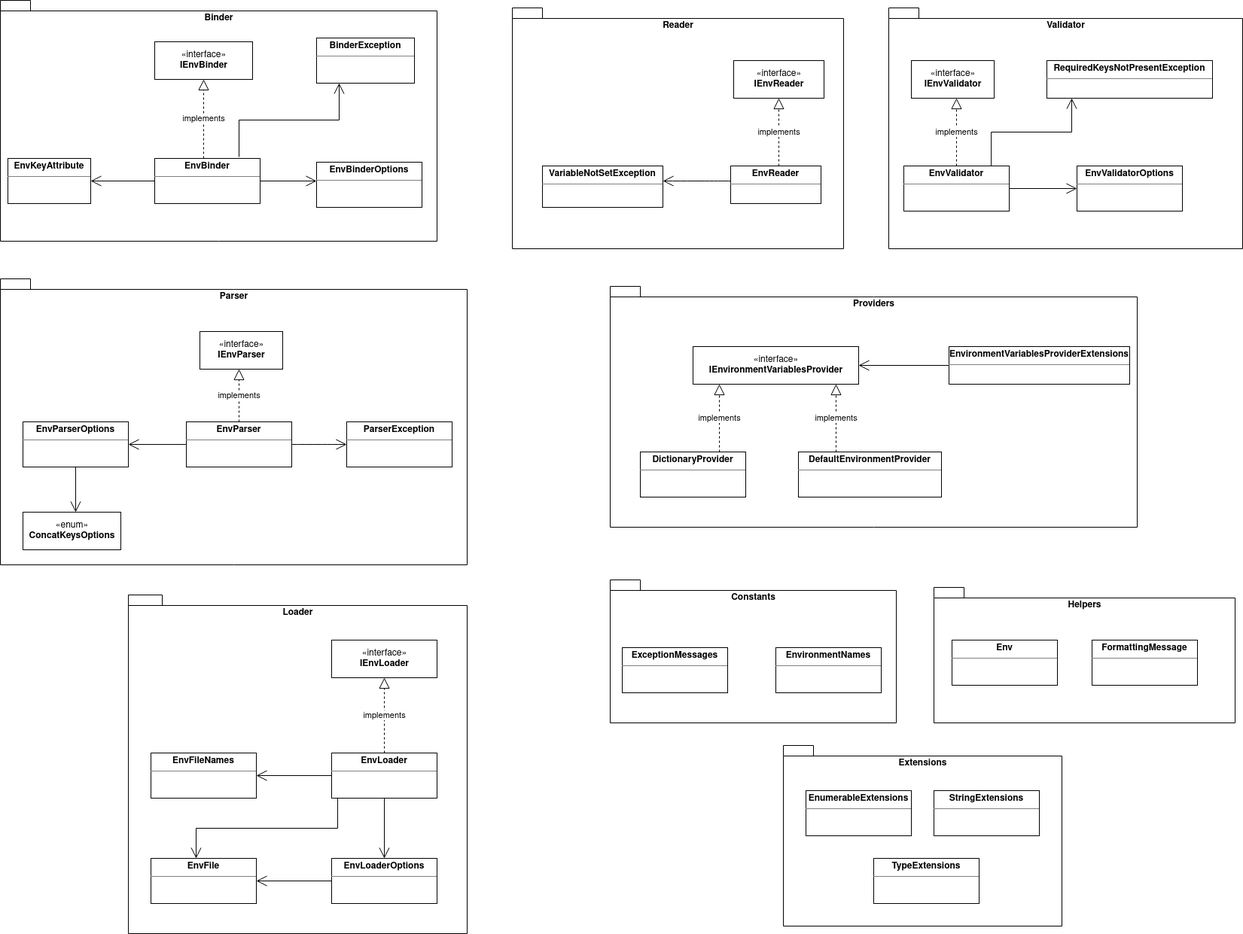
Earlier version of the draw.io export images/package-diagram-library.png (MrDave1999/dotenv.core). Source tidied: cells renumbered, new cells last; positions are measured from the earlier drawing's top-left corner, leaving out a move shared by most shapes.
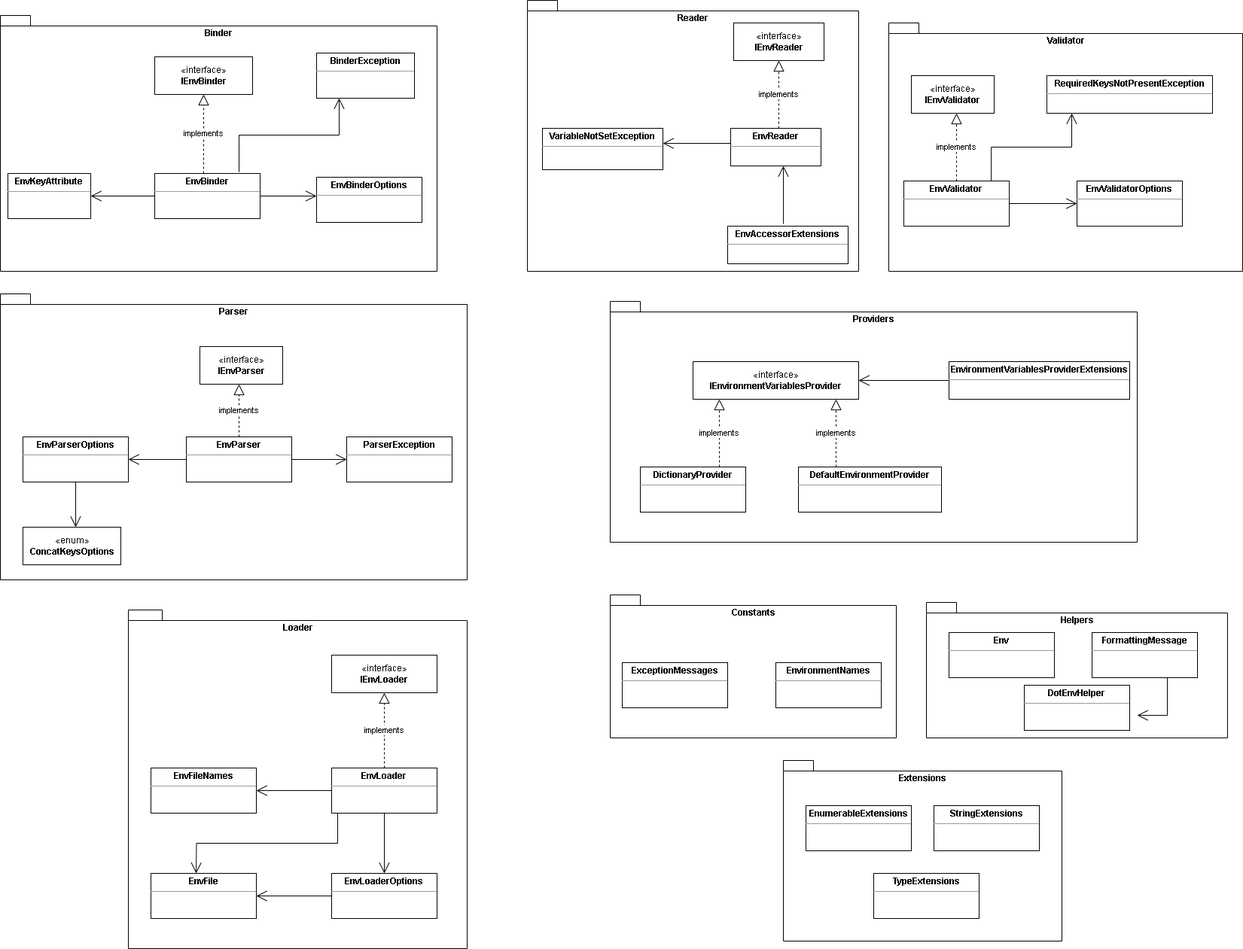
Later version of the same file.

What changed in the source:
```diff
@@ -3,10 +3,10 @@
     <mxCell id="0" />
     <mxCell id="1" parent="0" />
     <mxCell id="2" value="Reader" style="shape=folder;fontStyle=1;spacingTop=10;tabWidth=40;tabHeight=14;tabPosition=left;html=1;verticalAlign=top;align=center;" parent="1" vertex="1">
-      <mxGeometry x="680" y="10" width="440" height="320" as="geometry" />
+      <mxGeometry x="700" y="-20" width="440" height="360" as="geometry" />
     </mxCell>
     <mxCell id="3" value="Validator" style="shape=folder;fontStyle=1;spacingTop=10;tabWidth=40;tabHeight=14;tabPosition=left;html=1;verticalAlign=top;" parent="1" vertex="1">
-      <mxGeometry x="1180" y="10" width="470" height="320" as="geometry" />
+      <mxGeometry x="1180" y="10" width="470" height="330" as="geometry" />
     </mxCell>
     <mxCell id="4" value="Loader" style="shape=folder;fontStyle=1;spacingTop=10;tabWidth=40;tabHeight=14;tabPosition=left;html=1;verticalAlign=top;" parent="1" vertex="1">
       <mxGeometry x="170" y="790" width="450" height="450" as="geometry" />
@@ -18,14 +18,14 @@
       <mxGeometry x="810" y="380" width="700" height="320" as="geometry" />
     </mxCell>
     <mxCell id="7" value="&lt;p style=&quot;margin: 0px ; margin-top: 4px ; text-align: center&quot;&gt;&lt;b&gt;EnvReader&lt;/b&gt;&lt;/p&gt;&lt;hr size=&quot;1&quot;&gt;&lt;div style=&quot;height: 2px&quot;&gt;&lt;br&gt;&lt;/div&gt;" style="verticalAlign=top;align=left;overflow=fill;fontSize=12;fontFamily=Helvetica;html=1;" parent="1" vertex="1">
-      <mxGeometry x="970" y="220" width="120" height="50" as="geometry" />
+      <mxGeometry x="970" y="150" width="120" height="50" as="geometry" />
     </mxCell>
     <mxCell id="8" value="«interface»&lt;br&gt;&lt;b&gt;IEnvReader&lt;/b&gt;" style="html=1;" parent="1" vertex="1">
-      <mxGeometry x="974" y="80" width="120" height="50" as="geometry" />
+      <mxGeometry x="974" y="10" width="120" height="50" as="geometry" />
     </mxCell>
     <mxCell id="9" value="implements" style="endArrow=block;dashed=1;endFill=0;endSize=12;html=1;rounded=0;" parent="1" edge="1" target="8">
       <mxGeometry relative="1" as="geometry">
-        <mxPoint x="1034" y="220" as="sourcePoint" />
+        <mxPoint x="1034" y="150" as="sourcePoint" />
       </mxGeometry>
     </mxCell>
     <mxCell id="10" value="&lt;p style=&quot;margin: 0px ; margin-top: 4px ; text-align: center&quot;&gt;&lt;b&gt;EnvValidator&lt;/b&gt;&lt;/p&gt;&lt;hr size=&quot;1&quot;&gt;&lt;div style=&quot;height: 2px&quot;&gt;&lt;/div&gt;" style="verticalAlign=top;align=left;overflow=fill;fontSize=12;fontFamily=Helvetica;html=1;" parent="1" vertex="1">
@@ -87,13 +87,13 @@
       <mxGeometry relative="1" as="geometry" />
     </mxCell>
     <mxCell id="27" value="Helpers" style="shape=folder;fontStyle=1;spacingTop=10;tabWidth=40;tabHeight=14;tabPosition=left;html=1;verticalAlign=top;" parent="1" vertex="1">
-      <mxGeometry x="1240" y="780" width="400" height="180" as="geometry" />
+      <mxGeometry x="1230" y="780" width="400" height="180" as="geometry" />
     </mxCell>
     <mxCell id="28" value="&lt;p style=&quot;margin: 0px ; margin-top: 4px ; text-align: center&quot;&gt;&lt;b&gt;Env&lt;/b&gt;&lt;/p&gt;&lt;hr size=&quot;1&quot;&gt;&lt;div style=&quot;height: 2px&quot;&gt;&lt;/div&gt;" style="verticalAlign=top;align=left;overflow=fill;fontSize=12;fontFamily=Helvetica;html=1;" parent="1" vertex="1">
-      <mxGeometry x="1264" y="850" width="140" height="60" as="geometry" />
+      <mxGeometry x="1260" y="820" width="140" height="60" as="geometry" />
     </mxCell>
     <mxCell id="29" value="&lt;p style=&quot;margin: 0px ; margin-top: 4px ; text-align: center&quot;&gt;&lt;b&gt;FormattingMessage&lt;/b&gt;&lt;br&gt;&lt;/p&gt;&lt;hr size=&quot;1&quot;&gt;&lt;div style=&quot;height: 2px&quot;&gt;&lt;/div&gt;" style="verticalAlign=top;align=left;overflow=fill;fontSize=12;fontFamily=Helvetica;html=1;" parent="1" vertex="1">
-      <mxGeometry x="1450" y="850" width="140" height="60" as="geometry" />
+      <mxGeometry x="1450" y="820" width="140" height="60" as="geometry" />
     </mxCell>
     <mxCell id="30" value="&lt;p style=&quot;margin: 0px ; margin-top: 4px ; text-align: center&quot;&gt;&lt;b&gt;EnvParserOptions&lt;/b&gt;&lt;/p&gt;&lt;hr size=&quot;1&quot;&gt;&lt;div style=&quot;height: 2px&quot;&gt;&lt;/div&gt;" style="verticalAlign=top;align=left;overflow=fill;fontSize=12;fontFamily=Helvetica;html=1;" parent="1" vertex="1">
       <mxGeometry x="30" y="560" width="140" height="60" as="geometry" />
@@ -139,12 +139,12 @@
       </mxGeometry>
     </mxCell>
     <mxCell id="41" value="&lt;p style=&quot;margin: 0px ; margin-top: 4px ; text-align: center&quot;&gt;&lt;b&gt;VariableNotSetException&lt;/b&gt;&lt;br&gt;&lt;/p&gt;&lt;hr size=&quot;1&quot;&gt;&lt;div style=&quot;height: 2px&quot;&gt;&lt;/div&gt;" style="verticalAlign=top;align=left;overflow=fill;fontSize=12;fontFamily=Helvetica;html=1;" parent="1" vertex="1">
-      <mxGeometry x="720" y="220" width="160" height="55" as="geometry" />
+      <mxGeometry x="720" y="150" width="160" height="55" as="geometry" />
     </mxCell>
     <mxCell id="42" style="endArrow=open;endFill=1;endSize=12;html=1;rounded=0;curved=1;elbow=vertical;" parent="1" edge="1">
       <mxGeometry relative="1" as="geometry">
-        <mxPoint x="970" y="240" as="sourcePoint" />
-        <mxPoint x="880" y="240" as="targetPoint" />
+        <mxPoint x="970" y="170" as="sourcePoint" />
+        <mxPoint x="880" y="170" as="targetPoint" />
       </mxGeometry>
     </mxCell>
     <mxCell id="43" value="&lt;p style=&quot;margin: 0px ; margin-top: 4px ; text-align: center&quot;&gt;&lt;b&gt;RequiredKeysNotPresentException&lt;/b&gt;&lt;br&gt;&lt;/p&gt;&lt;hr size=&quot;1&quot;&gt;&lt;div style=&quot;height: 2px&quot;&gt;&lt;/div&gt;" style="verticalAlign=top;align=left;overflow=fill;fontSize=12;fontFamily=Helvetica;html=1;" parent="1" vertex="1">
@@ -188,7 +188,7 @@
       <mxGeometry x="1240" y="1050" width="140" height="60" as="geometry" />
     </mxCell>
     <mxCell id="54" value="Binder" style="shape=folder;fontStyle=1;spacingTop=10;tabWidth=40;tabHeight=14;tabPosition=left;html=1;verticalAlign=top;" parent="1" vertex="1">
-      <mxGeometry width="580" height="320" as="geometry" />
+      <mxGeometry width="580" height="340" as="geometry" />
     </mxCell>
     <mxCell id="55" value="«interface»&lt;br&gt;&lt;b&gt;IEnvBinder&lt;/b&gt;" style="html=1;" parent="1" vertex="1">
       <mxGeometry x="205" y="55" width="130" height="50" as="geometry" />
@@ -224,5 +224,25 @@
     <mxCell id="64" value="&lt;p style=&quot;margin: 0px ; margin-top: 4px ; text-align: center&quot;&gt;&lt;b&gt;TypeExtensions&lt;/b&gt;&lt;/p&gt;&lt;hr size=&quot;1&quot;&gt;&lt;div style=&quot;height: 2px&quot;&gt;&lt;/div&gt;" style="verticalAlign=top;align=left;overflow=fill;fontSize=12;fontFamily=Helvetica;html=1;" parent="1" vertex="1">
       <mxGeometry x="1160" y="1140" width="140" height="60" as="geometry" />
     </mxCell>
+    <mxCell id="65" value="&lt;p style=&quot;margin: 0px ; margin-top: 4px ; text-align: center&quot;&gt;&lt;b&gt;DotEnvHelper&lt;/b&gt;&lt;/p&gt;&lt;hr size=&quot;1&quot;&gt;&lt;div style=&quot;height: 2px&quot;&gt;&lt;/div&gt;" style="verticalAlign=top;align=left;overflow=fill;fontSize=12;fontFamily=Helvetica;html=1;" parent="1" vertex="1">
+      <mxGeometry x="1360" y="890" width="140" height="60" as="geometry" />
+    </mxCell>
+    <mxCell id="66" style="endArrow=open;endFill=1;endSize=12;html=1;rounded=0;" parent="1" edge="1">
+      <mxGeometry relative="1" as="geometry">
+        <mxPoint x="1550" y="880" as="sourcePoint" />
+        <mxPoint x="1510" y="930" as="targetPoint" />
+        <Array as="points">
+          <mxPoint x="1550" y="930" />
+        </Array>
+      </mxGeometry>
+    </mxCell>
+    <mxCell id="67" value="&lt;p style=&quot;margin: 0px ; margin-top: 4px ; text-align: center&quot;&gt;&lt;b style=&quot;border-color: var(--border-color);&quot;&gt;EnvAccessorExtensions&lt;/b&gt;&lt;br&gt;&lt;/p&gt;&lt;hr size=&quot;1&quot;&gt;&lt;div style=&quot;height: 2px&quot;&gt;&lt;br&gt;&lt;/div&gt;" style="verticalAlign=top;align=left;overflow=fill;fontSize=12;fontFamily=Helvetica;html=1;" parent="1" vertex="1">
+      <mxGeometry x="966" y="280" width="160" height="50" as="geometry" />
+    </mxCell>
+    <mxCell id="68" style="endArrow=open;endFill=1;endSize=12;html=1;rounded=0;exitX=0.463;exitY=-0.06;exitDx=0;exitDy=0;exitPerimeter=0;" parent="1" edge="1" source="67">
+      <mxGeometry relative="1" as="geometry">
+        <mxPoint x="1040" y="200" as="targetPoint" />
+      </mxGeometry>
+    </mxCell>
   </root>
 </mxGraphModel>
```
